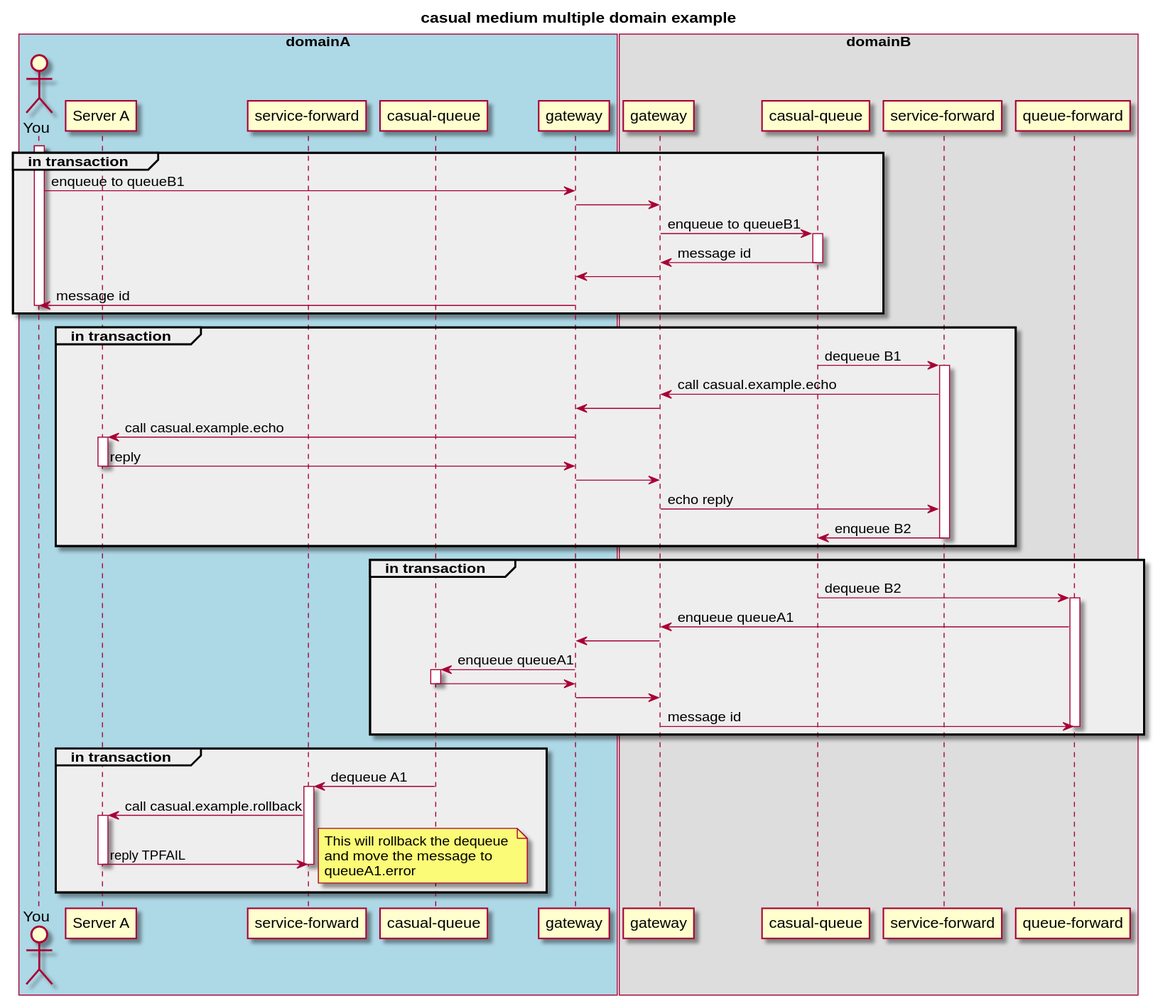
Before: middleware/example/domain/multiple/medium/diagram/scenario.svg, a diagram exported from PlantUML (casualcore/casual).
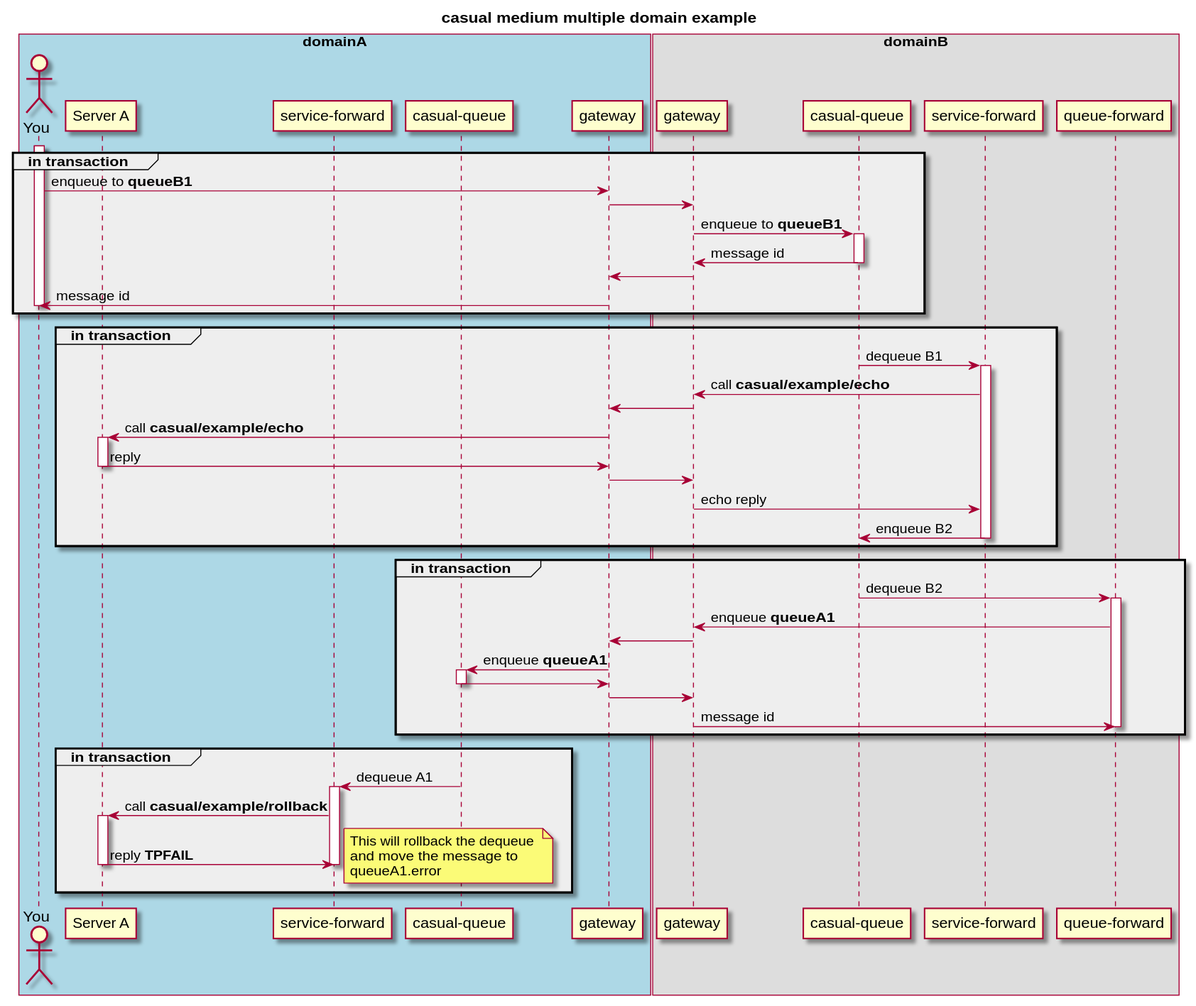
The same diagram one commit later.

Diff of the diagram source:
```diff
@@ -19,9 +19,9 @@
 activate AA
 
 group #eeeeee in transaction
-AA -> GA: enqueue to queueB1
+AA -> GA: enqueue to **queueB1**
 GA -> GB:
-GB -> QB: enqueue to queueB1
+GB -> QB: enqueue to **queueB1**
 activate QB
 QB -> GB: message id
 deactivate QB
@@ -33,9 +33,9 @@
 group #eeeeee in transaction
 QB -> SFB: dequeue B1
 activate SFB
-SFB -> GB: call casual.example.echo
+SFB -> GB: call **casual/example/echo**
 GB -> GA:
-GA -> SA: call casual.example.echo
+GA -> SA: call **casual/example/echo**
 activate SA
 SA -> GA: reply
 deactivate SA
@@ -48,9 +48,9 @@
 group #eeeeee in transaction
 QB -> QFB: dequeue B2
 activate QFB
-QFB -> GB: enqueue queueA1
+QFB -> GB: enqueue **queueA1**
 GB -> GA
-GA -> QA: enqueue queueA1
+GA -> QA: enqueue **queueA1**
 activate QA
 QA -> GA
 deactivate QA
@@ -64,9 +64,9 @@
 
 QA -> SFA: dequeue A1
 activate SFA
-SFA -> SA: call casual.example.rollback
+SFA -> SA: call **casual/example/rollback**
 activate SA
-SA -> SFA: reply TPFAIL
+SA -> SFA: reply **TPFAIL**
 note right
    This will rollback the dequeue
    and move the message to
```
